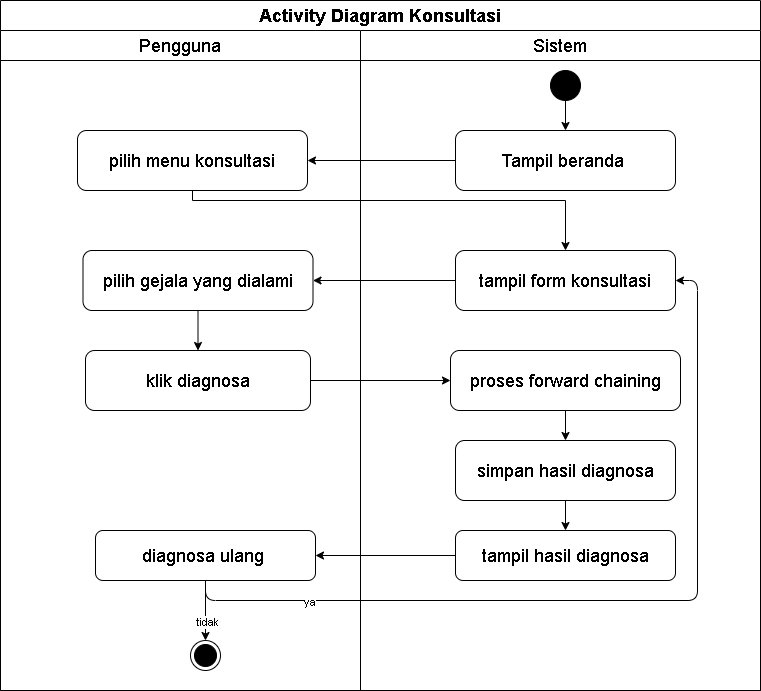
Before: diagram/Activity/user_konsultasi.png, a diagram exported from draw.io (Jinsky/Jinsky). Source tidied: cells renumbered, new cells last; positions are measured from the earlier drawing's top-left corner, leaving out a move shared by most shapes.
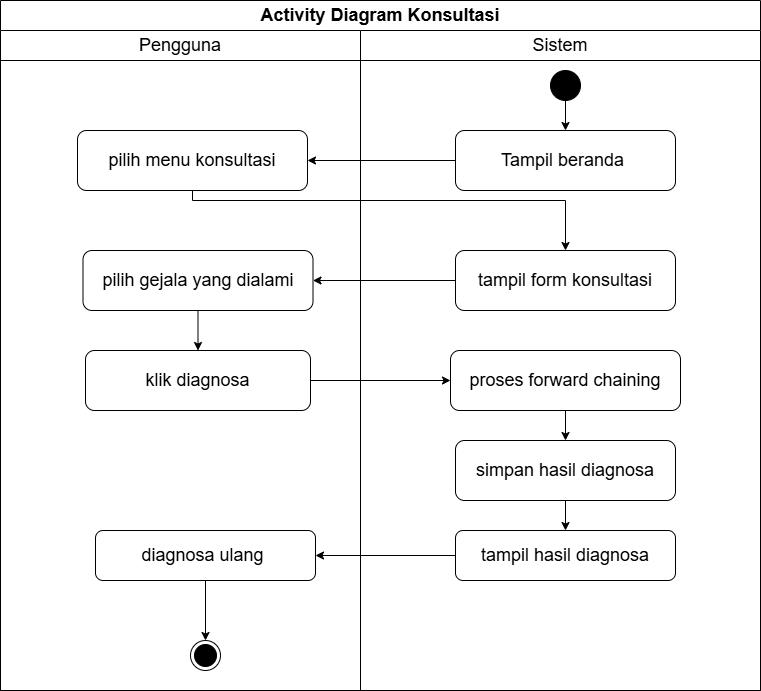
The same file after the commit.

What changed in the source:
```diff
@@ -20,9 +20,6 @@
     <mxCell id="7" style="edgeStyle=none;html=1;" parent="3" edge="1" source="9" target="10">
       <mxGeometry relative="1" as="geometry" />
     </mxCell>
-    <mxCell id="8" value="tidak" style="edgeLabel;html=1;align=center;verticalAlign=middle;" parent="7" vertex="1">
-      <mxGeometry x="0.37" y="1" relative="1" as="geometry" />
-    </mxCell>
     <mxCell id="9" value="&lt;span style=&quot;font-size: 18px;&quot;&gt;diagnosa ulang&amp;nbsp;&lt;/span&gt;" style="rounded=1;whiteSpace=wrap;html=1;fontStyle=0;" parent="3" vertex="1">
       <mxGeometry x="95" y="500" width="220" height="50" as="geometry" />
     </mxCell>
@@ -59,18 +56,6 @@
     <mxCell id="20" style="edgeStyle=none;html=1;entryX=1;entryY=0.5;entryDx=0;entryDy=0;" parent="2" edge="1" source="18" target="4">
       <mxGeometry relative="1" as="geometry" />
     </mxCell>
-    <mxCell id="21" style="edgeStyle=orthogonalEdgeStyle;html=1;entryX=1;entryY=0.5;entryDx=0;entryDy=0;" parent="2" edge="1" source="9" target="12">
-      <mxGeometry relative="1" as="geometry">
-        <Array as="points">
-          <mxPoint x="205" y="600" />
-          <mxPoint x="697" y="600" />
-          <mxPoint x="697" y="280" />
-        </Array>
-      </mxGeometry>
-    </mxCell>
-    <mxCell id="22" value="ya" style="edgeLabel;html=1;align=center;verticalAlign=middle;" parent="21" vertex="1">
-      <mxGeometry x="-0.71" y="-1" relative="1" as="geometry" />
-    </mxCell>
     <mxCell id="23" style="edgeStyle=orthogonalEdgeStyle;rounded=0;jettySize=auto;html=1;fontStyle=0;" parent="1" edge="1" source="4" target="12">
       <mxGeometry relative="1" as="geometry">
         <Array as="points">
```
